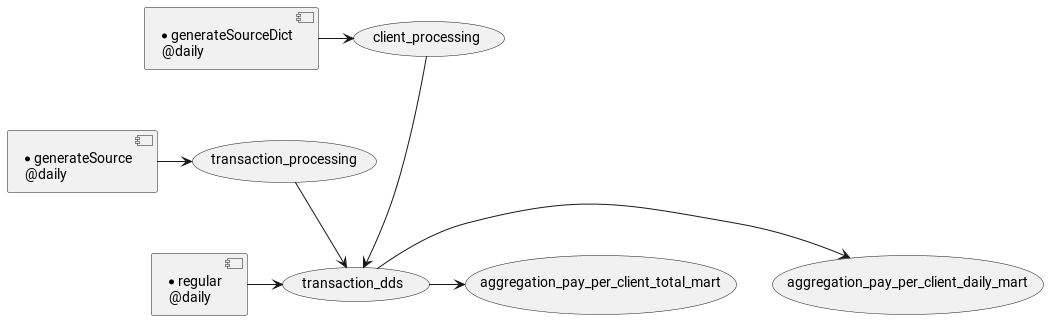
Earlier version of the PlantUML export demo/uml/regular.png (zaytsevdmitry/lakehouse).
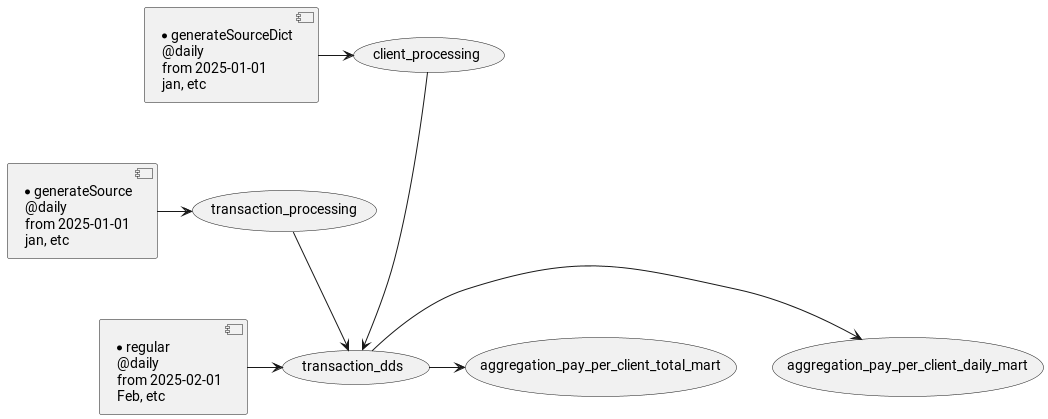
The same file after the commit.

What changed in the source:
```diff
@@ -1,7 +1,7 @@
 @startuml
-[* generateSource\n @daily] -> (transaction_processing)
-[* generateSourceDict\n @daily] -> (client_processing)
-[* regular\n @daily]-> (transaction_dds)
+[* generateSource\n @daily\n from 2025-01-01\n jan, etc] -> (transaction_processing)
+[* generateSourceDict\n @daily\n from 2025-01-01\n jan, etc] -> (client_processing)
+[* regular\n @daily\n from 2025-02-01\n Feb, etc]-> (transaction_dds)
 (client_processing) --->  (transaction_dds)
 (transaction_processing) --> (transaction_dds)
 (transaction_dds) -> (aggregation_pay_per_client_daily_mart)
```
